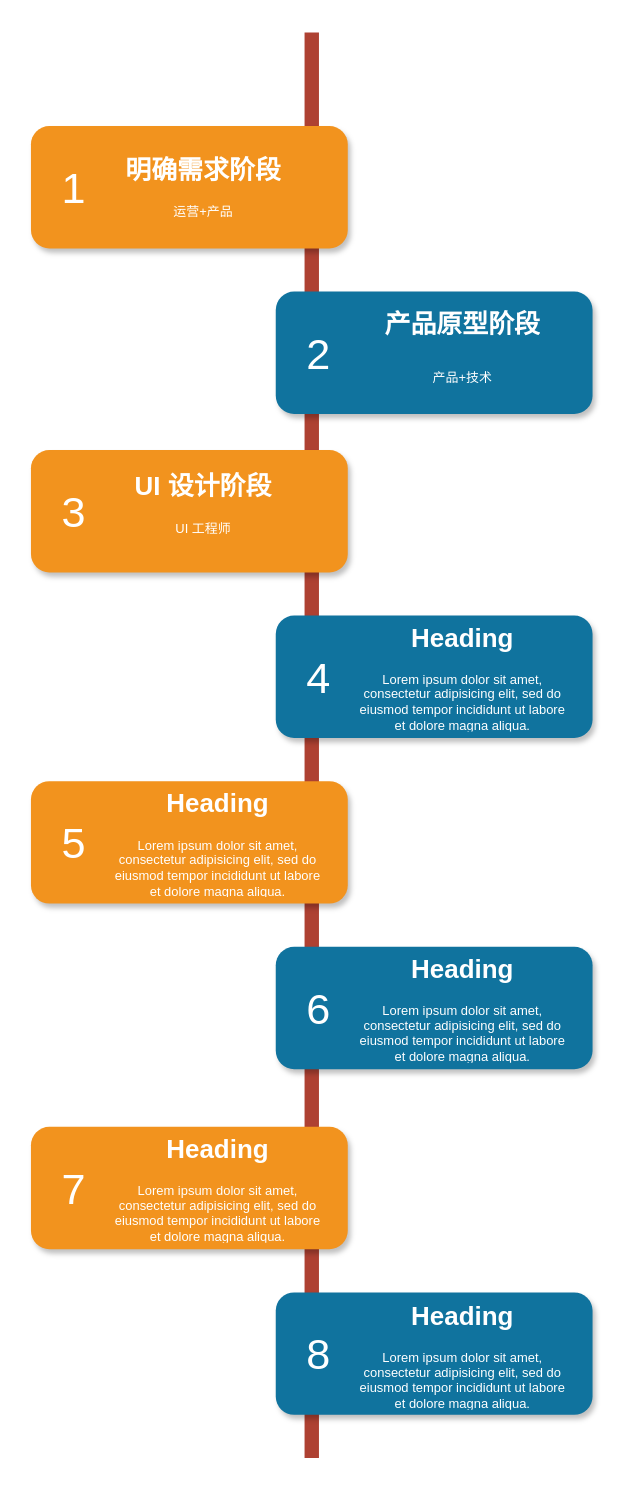
Earlier version of the draw.io diagram Untitled Diagram.drawio (javayulong/FrontEnd-examples). Source tidied: cells renumbered, new cells numbered last; positions are measured from the earlier drawing's top-left corner, leaving out a move shared by most shapes. Both pictures are drawn from the tidied source at 144%, with x=0, y=0 at pixel (30, 32).
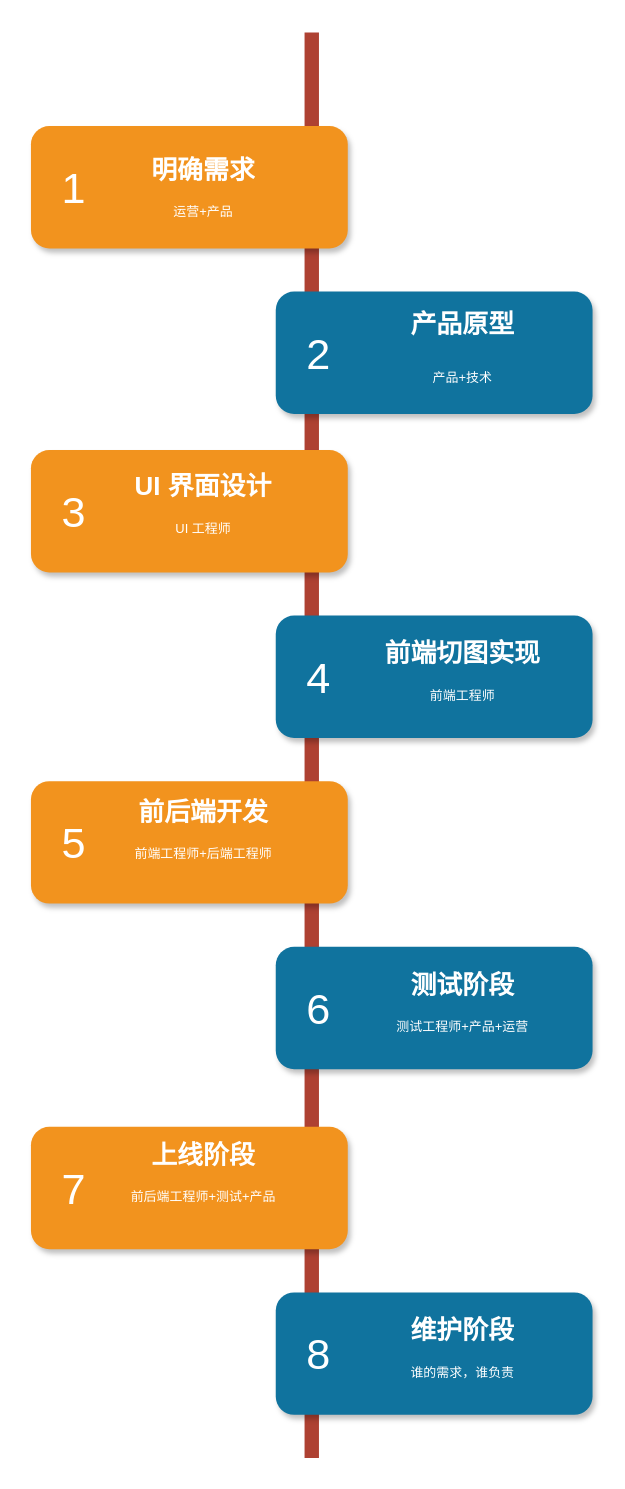
The same page after the edit.

Diff of the diagram source:
```diff
@@
-    <mxCell id="19" value="&lt;h1&gt;明确需求阶段&lt;/h1&gt;&lt;div&gt;运营+产品&lt;/div&gt;" style="text;html=1;spacing=5;spacingTop=-20;whiteSpace=wrap;overflow=hidden;strokeColor=none;strokeWidth=4;fillColor=none;gradientColor=#007FFF;fontSize=9;fontColor=#FFFFFF;align=center;" parent="1" vertex="1">
+    <mxCell id="19" value="&lt;h1&gt;明确需求&lt;/h1&gt;&lt;div&gt;运营+产品&lt;/div&gt;" style="text;html=1;spacing=5;spacingTop=-20;whiteSpace=wrap;overflow=hidden;strokeColor=none;strokeWidth=4;fillColor=none;gradientColor=#007FFF;fontSize=9;fontColor=#FFFFFF;align=center;" parent="1" vertex="1">
       <mxGeometry x="40" y="84" width="160" height="66" as="geometry" />
     </mxCell>
-    <mxCell id="20" value="&lt;h1&gt;产品原型阶段&lt;/h1&gt;&lt;h1&gt;&lt;span style=&quot;font-size: 9px ; font-weight: normal&quot;&gt;产品+技术&lt;/span&gt;&lt;br&gt;&lt;/h1&gt;" style="text;html=1;spacing=5;spacingTop=-20;whiteSpace=wrap;overflow=hidden;strokeColor=none;strokeWidth=4;fillColor=none;gradientColor=#007FFF;fontSize=9;fontColor=#FFFFFF;align=center;" parent="1" vertex="1">
+    <mxCell id="20" value="&lt;h1&gt;产品原型&lt;/h1&gt;&lt;h1&gt;&lt;span style=&quot;font-size: 9px ; font-weight: normal&quot;&gt;产品+技术&lt;/span&gt;&lt;br&gt;&lt;/h1&gt;" style="text;html=1;spacing=5;spacingTop=-20;whiteSpace=wrap;overflow=hidden;strokeColor=none;strokeWidth=4;fillColor=none;gradientColor=#007FFF;fontSize=9;fontColor=#FFFFFF;align=center;" parent="1" vertex="1">
       <mxGeometry x="220" y="191" width="160" height="64" as="geometry" />
     </mxCell>
-    <mxCell id="21" value="&lt;h1&gt;UI 设计阶段&lt;/h1&gt;&lt;p&gt;UI 工程师&lt;/p&gt;" style="text;html=1;spacing=5;spacingTop=-20;whiteSpace=wrap;overflow=hidden;strokeColor=none;strokeWidth=4;fillColor=none;gradientColor=#007FFF;fontSize=9;fontColor=#FFFFFF;align=center;" parent="1" vertex="1">
+    <mxCell id="21" value="&lt;h1&gt;UI 界面设计&lt;/h1&gt;&lt;p&gt;UI 工程师&lt;/p&gt;" style="text;html=1;spacing=5;spacingTop=-20;whiteSpace=wrap;overflow=hidden;strokeColor=none;strokeWidth=4;fillColor=none;gradientColor=#007FFF;fontSize=9;fontColor=#FFFFFF;align=center;" parent="1" vertex="1">
       <mxGeometry x="45" y="304" width="150" height="61" as="geometry" />
     </mxCell>
-    <mxCell id="22" value="&lt;h1&gt;Heading&lt;/h1&gt;&lt;p&gt;Lorem ipsum dolor sit amet, consectetur adipisicing elit, sed do eiusmod tempor incididunt ut labore et dolore magna aliqua.&lt;/p&gt;" style="text;html=1;spacing=5;spacingTop=-20;whiteSpace=wrap;overflow=hidden;strokeColor=none;strokeWidth=4;fillColor=none;gradientColor=#007FFF;fontSize=9;fontColor=#FFFFFF;align=center;" parent="1" vertex="1">
-      <mxGeometry x="220" y="409" width="160" height="77" as="geometry" />
+    <mxCell id="22" value="&lt;h1&gt;前端切图实现&lt;/h1&gt;&lt;p&gt;前端工程师&lt;/p&gt;" style="text;html=1;spacing=5;spacingTop=-20;whiteSpace=wrap;overflow=hidden;strokeColor=none;strokeWidth=4;fillColor=none;gradientColor=#007FFF;fontSize=9;fontColor=#FFFFFF;align=center;" parent="1" vertex="1">
+      <mxGeometry x="220" y="420" width="160" height="66" as="geometry" />
     </mxCell>
-    <mxCell id="23" value="&lt;h1&gt;Heading&lt;/h1&gt;&lt;p&gt;Lorem ipsum dolor sit amet, consectetur adipisicing elit, sed do eiusmod tempor incididunt ut labore et dolore magna aliqua.&lt;/p&gt;" style="text;html=1;spacing=5;spacingTop=-20;whiteSpace=wrap;overflow=hidden;strokeColor=none;strokeWidth=4;fillColor=none;gradientColor=#007FFF;fontSize=9;fontColor=#FFFFFF;align=center;" parent="1" vertex="1">
-      <mxGeometry x="50" y="524" width="160" height="77" as="geometry" />
+    <mxCell id="23" value="&lt;h1&gt;前后端开发&lt;/h1&gt;&lt;div&gt;前端工程师+后端工程师&lt;/div&gt;&lt;p&gt;&lt;br&gt;&lt;/p&gt;" style="text;html=1;spacing=5;spacingTop=-20;whiteSpace=wrap;overflow=hidden;strokeColor=none;strokeWidth=4;fillColor=none;gradientColor=#007FFF;fontSize=9;fontColor=#FFFFFF;align=center;" parent="1" vertex="1">
+      <mxGeometry x="40" y="530" width="160" height="77" as="geometry" />
     </mxCell>
-    <mxCell id="24" value="&lt;h1&gt;Heading&lt;/h1&gt;&lt;p&gt;Lorem ipsum dolor sit amet, consectetur adipisicing elit, sed do eiusmod tempor incididunt ut labore et dolore magna aliqua.&lt;/p&gt;" style="text;html=1;spacing=5;spacingTop=-20;whiteSpace=wrap;overflow=hidden;strokeColor=none;strokeWidth=4;fillColor=none;gradientColor=#007FFF;fontSize=9;fontColor=#FFFFFF;align=center;" parent="1" vertex="1">
-      <mxGeometry x="220" y="639" width="160" height="77" as="geometry" />
+    <mxCell id="24" value="&lt;h1&gt;测试阶段&lt;/h1&gt;&lt;div&gt;测试工程师+产品+运营&lt;/div&gt;" style="text;html=1;spacing=5;spacingTop=-20;whiteSpace=wrap;overflow=hidden;strokeColor=none;strokeWidth=4;fillColor=none;gradientColor=#007FFF;fontSize=9;fontColor=#FFFFFF;align=center;" parent="1" vertex="1">
+      <mxGeometry x="220" y="650" width="160" height="66" as="geometry" />
     </mxCell>
-    <mxCell id="25" value="&lt;h1&gt;Heading&lt;/h1&gt;&lt;p&gt;Lorem ipsum dolor sit amet, consectetur adipisicing elit, sed do eiusmod tempor incididunt ut labore et dolore magna aliqua.&lt;/p&gt;" style="text;html=1;spacing=5;spacingTop=-20;whiteSpace=wrap;overflow=hidden;strokeColor=none;strokeWidth=4;fillColor=none;gradientColor=#007FFF;fontSize=9;fontColor=#FFFFFF;align=center;" parent="1" vertex="1">
-      <mxGeometry x="50" y="764" width="160" height="77" as="geometry" />
+    <mxCell id="25" value="&lt;h1&gt;上线阶段&lt;/h1&gt;&lt;p&gt;前后端工程师+测试+产品&lt;/p&gt;" style="text;html=1;spacing=5;spacingTop=-20;whiteSpace=wrap;overflow=hidden;strokeColor=none;strokeWidth=4;fillColor=none;gradientColor=#007FFF;fontSize=9;fontColor=#FFFFFF;align=center;" parent="1" vertex="1">
+      <mxGeometry x="40" y="768" width="160" height="77" as="geometry" />
     </mxCell>
-    <mxCell id="26" value="&lt;h1&gt;Heading&lt;/h1&gt;&lt;p&gt;Lorem ipsum dolor sit amet, consectetur adipisicing elit, sed do eiusmod tempor incididunt ut labore et dolore magna aliqua.&lt;/p&gt;" style="text;html=1;spacing=5;spacingTop=-20;whiteSpace=wrap;overflow=hidden;strokeColor=none;strokeWidth=4;fillColor=none;gradientColor=#007FFF;fontSize=9;fontColor=#FFFFFF;align=center;" parent="1" vertex="1">
-      <mxGeometry x="220" y="880" width="160" height="77" as="geometry" />
+    <mxCell id="26" value="&lt;h1&gt;维护阶段&lt;/h1&gt;&lt;p&gt;谁的需求，谁负责&lt;/p&gt;" style="text;html=1;spacing=5;spacingTop=-20;whiteSpace=wrap;overflow=hidden;strokeColor=none;strokeWidth=4;fillColor=none;gradientColor=#007FFF;fontSize=9;fontColor=#FFFFFF;align=center;" parent="1" vertex="1">
+      <mxGeometry x="220" y="890" width="160" height="77" as="geometry" />
     </mxCell>
```
